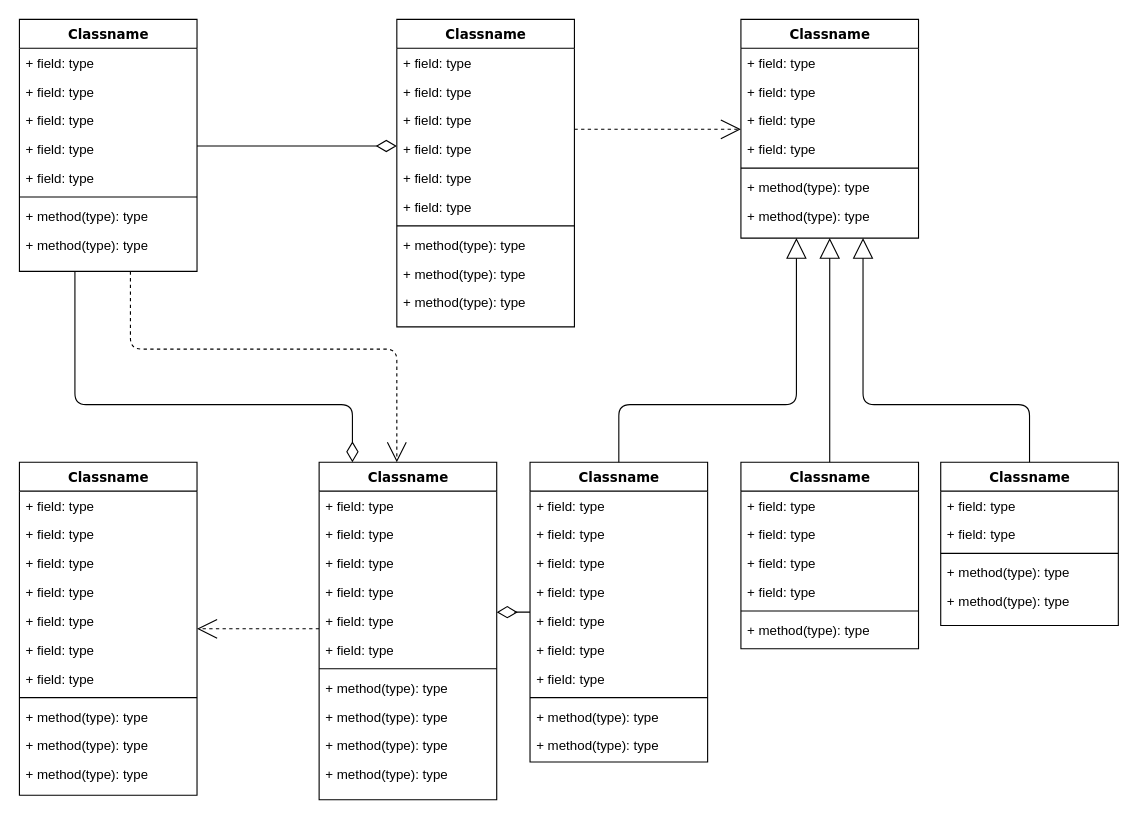
CodebarPhantom/aws-diagram keeps this draw.io diagram as star-sso-api.drawio. Above is the earlier version. Source tidied: cells renumbered, new cells numbered last; positions are measured from the earlier drawing's top-left corner, leaving out a move shared by most shapes. Both pictures are drawn from the tidied source at 111%, with x=0, y=0 at pixel (19, 19).
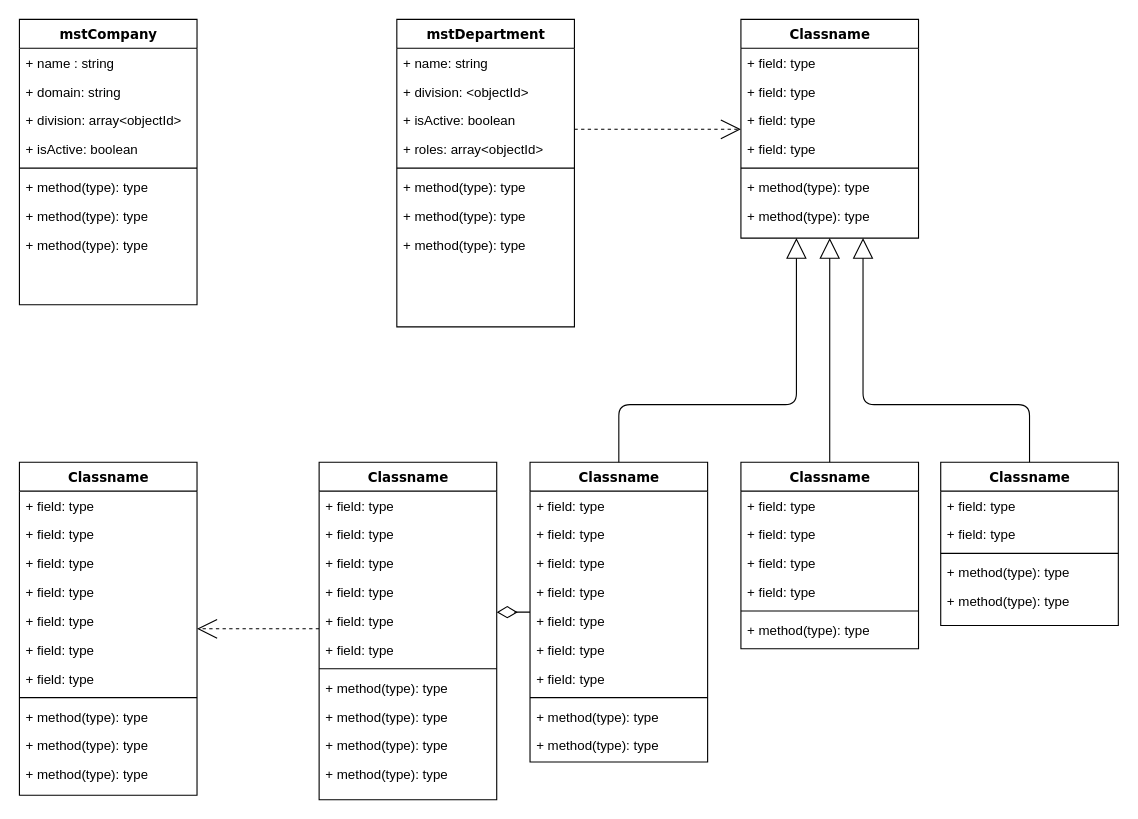
After the change.

Unchanged cells that the change refers to:
```xml
<mxCell id="47" value="Classname" style="swimlane;html=1;fontStyle=1;align=center;verticalAlign=top;horizontal=1;startSize=26;swimlaneFillColor=#ffffff;rounded=0;shadow=0;comic=0;labelBackgroundColor=none;strokeWidth=1;fillColor=none;fontFamily=Verdana;fontSize=12;" parent="1" vertex="1">
  <mxGeometry x="270" y="399" width="160" height="304" as="geometry" />
</mxCell>
```

Change to the diagram source:
```diff
@@
-    <mxCell id="2" style="edgeStyle=orthogonalEdgeStyle;html=1;labelBackgroundColor=none;startFill=0;startSize=8;endArrow=open;endFill=0;endSize=16;fontFamily=Verdana;fontSize=12;dashed=1;" parent="1" edge="1" source="4" target="47">
-      <mxGeometry relative="1" as="geometry">
-        <Array as="points">
-          <mxPoint x="100" y="297" />
-          <mxPoint x="340" y="297" />
-        </Array>
-      </mxGeometry>
-    </mxCell>
-    <mxCell id="3" style="edgeStyle=orthogonalEdgeStyle;html=1;labelBackgroundColor=none;startFill=0;startSize=8;endArrow=diamondThin;endFill=0;endSize=16;fontFamily=Verdana;fontSize=12;" parent="1" edge="1" source="4" target="47">
-      <mxGeometry relative="1" as="geometry">
-        <Array as="points">
-          <mxPoint x="50" y="347" />
-          <mxPoint x="300" y="347" />
-        </Array>
-      </mxGeometry>
-    </mxCell>
-    <mxCell id="4" value="Classname" style="swimlane;html=1;fontStyle=1;align=center;verticalAlign=top;horizontal=1;startSize=26;swimlaneFillColor=#ffffff;rounded=0;shadow=0;comic=0;labelBackgroundColor=none;strokeWidth=1;fillColor=none;fontFamily=Verdana;fontSize=12;" parent="1" vertex="1">
-      <mxGeometry width="160" height="227" as="geometry" />
+    <mxCell id="4" value="mstCompany" style="swimlane;html=1;fontStyle=1;align=center;verticalAlign=top;horizontal=1;startSize=26;swimlaneFillColor=#ffffff;rounded=0;shadow=0;comic=0;labelBackgroundColor=none;strokeWidth=1;fillColor=none;fontFamily=Verdana;fontSize=12;" parent="1" vertex="1">
+      <mxGeometry width="160" height="257" as="geometry" />
     </mxCell>
-    <mxCell id="5" value="+ field: type" style="text;html=1;strokeColor=none;fillColor=none;align=left;verticalAlign=top;spacingLeft=4;spacingRight=4;whiteSpace=wrap;overflow=hidden;" parent="4" vertex="1">
-      <mxGeometry y="26" width="160" height="26" as="geometry" />
-    </mxCell>
-    <mxCell id="6" value="+ field: type" style="text;html=1;strokeColor=none;fillColor=none;align=left;verticalAlign=top;spacingLeft=4;spacingRight=4;whiteSpace=wrap;overflow=hidden;" parent="4" vertex="1">
-      <mxGeometry y="52" width="160" height="26" as="geometry" />
+    <mxCell id="6" value="+ name : string" style="text;html=1;strokeColor=none;fillColor=none;align=left;verticalAlign=top;spacingLeft=4;spacingRight=4;whiteSpace=wrap;overflow=hidden;" parent="4" vertex="1">
+      <mxGeometry y="26" width="160" height="26" as="geometry" />
     </mxCell>
-    <mxCell id="7" value="+ field: type" style="text;html=1;strokeColor=none;fillColor=none;align=left;verticalAlign=top;spacingLeft=4;spacingRight=4;whiteSpace=wrap;overflow=hidden;" parent="4" vertex="1">
-      <mxGeometry y="78" width="160" height="26" as="geometry" />
+    <mxCell id="7" value="+ domain: string" style="text;html=1;strokeColor=none;fillColor=none;align=left;verticalAlign=top;spacingLeft=4;spacingRight=4;whiteSpace=wrap;overflow=hidden;" parent="4" vertex="1">
+      <mxGeometry y="52" width="160" height="26" as="geometry" />
     </mxCell>
-    <mxCell id="8" value="+ field: type" style="text;html=1;strokeColor=none;fillColor=none;align=left;verticalAlign=top;spacingLeft=4;spacingRight=4;whiteSpace=wrap;overflow=hidden;" parent="4" vertex="1">
-      <mxGeometry y="104" width="160" height="26" as="geometry" />
+    <mxCell id="8" value="+ division: array&amp;lt;objectId&amp;gt;" style="text;html=1;strokeColor=none;fillColor=none;align=left;verticalAlign=top;spacingLeft=4;spacingRight=4;whiteSpace=wrap;overflow=hidden;" parent="4" vertex="1">
+      <mxGeometry y="78" width="160" height="26" as="geometry" />
     </mxCell>
-    <mxCell id="9" value="+ field: type" style="text;html=1;strokeColor=none;fillColor=none;align=left;verticalAlign=top;spacingLeft=4;spacingRight=4;whiteSpace=wrap;overflow=hidden;" parent="4" vertex="1">
-      <mxGeometry y="130" width="160" height="26" as="geometry" />
+    <mxCell id="9" value="+ isActive: boolean" style="text;html=1;strokeColor=none;fillColor=none;align=left;verticalAlign=top;spacingLeft=4;spacingRight=4;whiteSpace=wrap;overflow=hidden;" parent="4" vertex="1">
+      <mxGeometry y="104" width="160" height="26" as="geometry" />
     </mxCell>
     <mxCell id="10" style="line;html=1;strokeWidth=1;fillColor=none;align=left;verticalAlign=middle;spacingTop=-1;spacingLeft=3;spacingRight=3;labelPosition=right;" parent="4" vertex="1">
-      <mxGeometry y="156" width="160" height="8" as="geometry" />
+      <mxGeometry y="130" width="160" height="8" as="geometry" />
     </mxCell>
     <mxCell id="11" value="+ method(type): type" style="text;html=1;strokeColor=none;fillColor=none;align=left;verticalAlign=top;spacingLeft=4;spacingRight=4;whiteSpace=wrap;overflow=hidden;" parent="4" vertex="1">
-      <mxGeometry y="164" width="160" height="26" as="geometry" />
+      <mxGeometry y="138" width="160" height="26" as="geometry" />
     </mxCell>
     <mxCell id="12" value="+ method(type): type" style="text;html=1;strokeColor=none;fillColor=none;align=left;verticalAlign=top;spacingLeft=4;spacingRight=4;whiteSpace=wrap;overflow=hidden;" parent="4" vertex="1">
-      <mxGeometry y="190" width="160" height="26" as="geometry" />
+      <mxGeometry y="164" width="160" height="26" as="geometry" />
     </mxCell>
+    <mxCell id="87" value="+ method(type): type" style="text;html=1;strokeColor=none;fillColor=none;align=left;verticalAlign=top;spacingLeft=4;spacingRight=4;whiteSpace=wrap;overflow=hidden;" parent="4" vertex="1">
+      <mxGeometry y="190" width="160" height="26" as="geometry" />
+    </mxCell>
@@
-    <mxCell id="14" value="Classname" style="swimlane;html=1;fontStyle=1;align=center;verticalAlign=top;horizontal=1;startSize=26;swimlaneFillColor=#ffffff;rounded=0;shadow=0;comic=0;labelBackgroundColor=none;strokeWidth=1;fillColor=none;fontFamily=Verdana;fontSize=12;" parent="1" vertex="1">
+    <mxCell id="14" value="mstDepartment" style="swimlane;html=1;fontStyle=1;align=center;verticalAlign=top;horizontal=1;startSize=26;swimlaneFillColor=#ffffff;rounded=0;shadow=0;comic=0;labelBackgroundColor=none;strokeWidth=1;fillColor=none;fontFamily=Verdana;fontSize=12;" parent="1" vertex="1">
       <mxGeometry x="340" width="160" height="277" as="geometry" />
     </mxCell>
-    <mxCell id="15" value="+ field: type" style="text;html=1;strokeColor=none;fillColor=none;align=left;verticalAlign=top;spacingLeft=4;spacingRight=4;whiteSpace=wrap;overflow=hidden;" parent="14" vertex="1">
+    <mxCell id="15" value="+ name: string" style="text;html=1;strokeColor=none;fillColor=none;align=left;verticalAlign=top;spacingLeft=4;spacingRight=4;whiteSpace=wrap;overflow=hidden;" parent="14" vertex="1">
       <mxGeometry y="26" width="160" height="26" as="geometry" />
     </mxCell>
-    <mxCell id="16" value="+ field: type" style="text;html=1;strokeColor=none;fillColor=none;align=left;verticalAlign=top;spacingLeft=4;spacingRight=4;whiteSpace=wrap;overflow=hidden;" parent="14" vertex="1">
+    <mxCell id="16" value="+ division: &amp;lt;objectId&amp;gt;" style="text;html=1;strokeColor=none;fillColor=none;align=left;verticalAlign=top;spacingLeft=4;spacingRight=4;whiteSpace=wrap;overflow=hidden;" parent="14" vertex="1">
       <mxGeometry y="52" width="160" height="26" as="geometry" />
     </mxCell>
-    <mxCell id="17" value="+ field: type" style="text;html=1;strokeColor=none;fillColor=none;align=left;verticalAlign=top;spacingLeft=4;spacingRight=4;whiteSpace=wrap;overflow=hidden;" parent="14" vertex="1">
+    <mxCell id="17" value="+ isActive: boolean" style="text;html=1;strokeColor=none;fillColor=none;align=left;verticalAlign=top;spacingLeft=4;spacingRight=4;whiteSpace=wrap;overflow=hidden;" parent="14" vertex="1">
       <mxGeometry y="78" width="160" height="26" as="geometry" />
     </mxCell>
-    <mxCell id="18" value="+ field: type" style="text;html=1;strokeColor=none;fillColor=none;align=left;verticalAlign=top;spacingLeft=4;spacingRight=4;whiteSpace=wrap;overflow=hidden;" parent="14" vertex="1">
+    <mxCell id="18" value="+ roles: array&amp;lt;objectId&amp;gt;" style="text;html=1;strokeColor=none;fillColor=none;align=left;verticalAlign=top;spacingLeft=4;spacingRight=4;whiteSpace=wrap;overflow=hidden;" parent="14" vertex="1">
       <mxGeometry y="104" width="160" height="26" as="geometry" />
     </mxCell>
-    <mxCell id="19" value="+ field: type" style="text;html=1;strokeColor=none;fillColor=none;align=left;verticalAlign=top;spacingLeft=4;spacingRight=4;whiteSpace=wrap;overflow=hidden;" parent="14" vertex="1">
-      <mxGeometry y="130" width="160" height="26" as="geometry" />
-    </mxCell>
-    <mxCell id="20" value="+ field: type" style="text;html=1;strokeColor=none;fillColor=none;align=left;verticalAlign=top;spacingLeft=4;spacingRight=4;whiteSpace=wrap;overflow=hidden;" parent="14" vertex="1">
-      <mxGeometry y="156" width="160" height="26" as="geometry" />
-    </mxCell>
     <mxCell id="21" style="line;html=1;strokeWidth=1;fillColor=none;align=left;verticalAlign=middle;spacingTop=-1;spacingLeft=3;spacingRight=3;labelPosition=right;" parent="14" vertex="1">
-      <mxGeometry y="182" width="160" height="8" as="geometry" />
+      <mxGeometry y="130" width="160" height="8" as="geometry" />
     </mxCell>
     <mxCell id="22" value="+ method(type): type" style="text;html=1;strokeColor=none;fillColor=none;align=left;verticalAlign=top;spacingLeft=4;spacingRight=4;whiteSpace=wrap;overflow=hidden;" parent="14" vertex="1">
-      <mxGeometry y="190" width="160" height="26" as="geometry" />
+      <mxGeometry y="138" width="160" height="26" as="geometry" />
     </mxCell>
     <mxCell id="23" value="+ method(type): type" style="text;html=1;strokeColor=none;fillColor=none;align=left;verticalAlign=top;spacingLeft=4;spacingRight=4;whiteSpace=wrap;overflow=hidden;" parent="14" vertex="1">
-      <mxGeometry y="216" width="160" height="26" as="geometry" />
+      <mxGeometry y="164" width="160" height="26" as="geometry" />
     </mxCell>
     <mxCell id="24" value="+ method(type): type" style="text;html=1;strokeColor=none;fillColor=none;align=left;verticalAlign=top;spacingLeft=4;spacingRight=4;whiteSpace=wrap;overflow=hidden;" parent="14" vertex="1">
-      <mxGeometry y="242" width="160" height="26" as="geometry" />
+      <mxGeometry y="190" width="160" height="26" as="geometry" />
     </mxCell>
@@
-    <mxCell id="86" style="edgeStyle=elbowEdgeStyle;html=1;labelBackgroundColor=none;startFill=0;startSize=8;endArrow=diamondThin;endFill=0;endSize=16;fontFamily=Verdana;fontSize=12;elbow=vertical;" parent="1" edge="1" source="4" target="14">
-      <mxGeometry relative="1" as="geometry" />
-    </mxCell>
```
